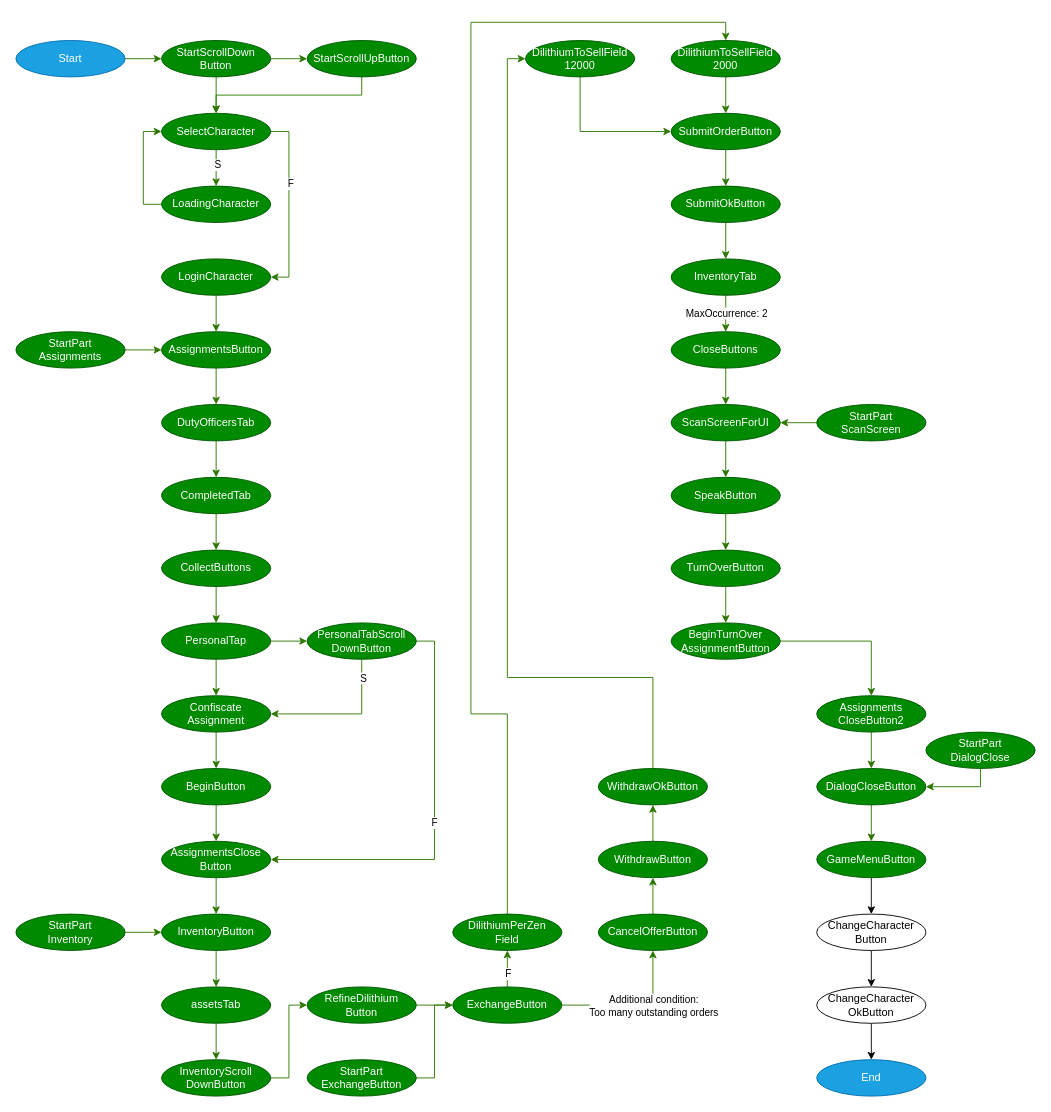
Before: AutoFarmer.drawio in Tomaszon/AutoFarmer, a draw.io diagram. Source tidied: cells renumbered, new cells numbered last; positions are measured from the earlier drawing's top-left corner, leaving out a move shared by most shapes. Both pictures are drawn from the tidied source at 91%, with x=0, y=0 at pixel (15, 22).
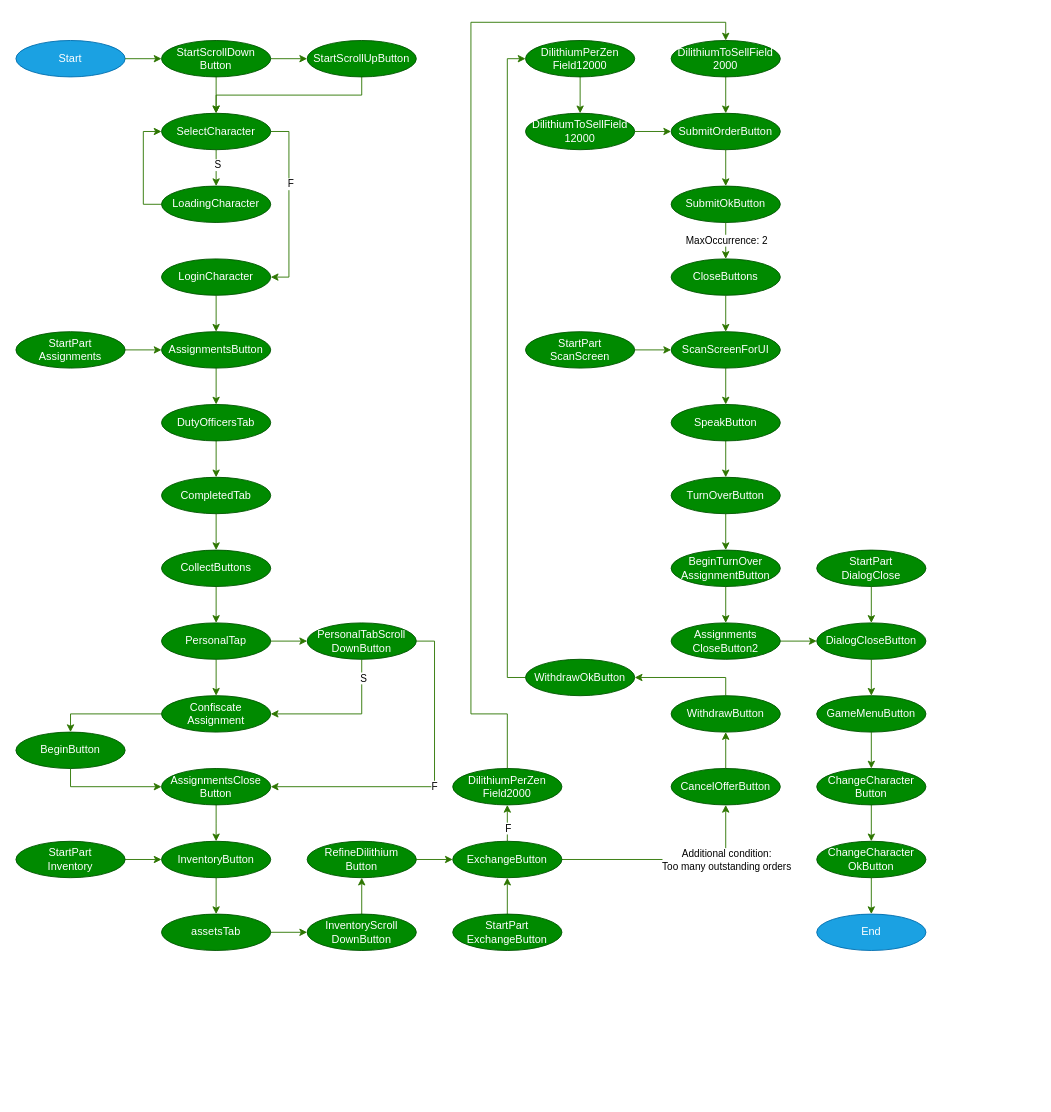
After the change.

The change refers to these unchanged cells:
```xml
<mxCell id="18" value="Confiscate&lt;br&gt;Assignment" style="ellipse;whiteSpace=wrap;html=1;fillColor=#008a00;strokeColor=#005700;fontColor=#ffffff;" parent="1" vertex="1">
  <mxGeometry x="160" y="740" width="120" height="40" as="geometry" />
</mxCell>
<mxCell id="33" style="edgeStyle=orthogonalEdgeStyle;rounded=0;jettySize=auto;html=1;fillColor=#60a917;strokeColor=#2D7600;" parent="1" edge="1" source="35" target="37">
  <mxGeometry relative="1" as="geometry" />
</mxCell>
<mxCell id="47" value="SubmitOrderButton" style="ellipse;whiteSpace=wrap;html=1;fillColor=#008a00;strokeColor=#005700;fontColor=#ffffff;" parent="1" vertex="1">
  <mxGeometry x="720" y="100" width="120" height="40" as="geometry" />
</mxCell>
<mxCell id="51" value="SubmitOkButton" style="ellipse;whiteSpace=wrap;html=1;fillColor=#008a00;strokeColor=#005700;fontColor=#ffffff;" parent="1" vertex="1">
  <mxGeometry x="720" y="180" width="120" height="40" as="geometry" />
</mxCell>
<mxCell id="90" value="PersonalTabScroll&lt;br&gt;DownButton" style="ellipse;whiteSpace=wrap;html=1;fillColor=#008a00;strokeColor=#005700;fontColor=#ffffff;" parent="1" vertex="1">
  <mxGeometry x="320" y="660" width="120" height="40" as="geometry" />
</mxCell>
```

The edit, as a diff of the source:
```diff
@@
-    <mxCell id="17" style="edgeStyle=orthogonalEdgeStyle;rounded=0;jettySize=auto;html=1;fillColor=#60a917;strokeColor=#2D7600;" parent="1" edge="1" source="18" target="20">
+    <mxCell id="17" style="edgeStyle=orthogonalEdgeStyle;rounded=0;jettySize=auto;html=1;fillColor=#60a917;strokeColor=#2D7600;entryX=0.5;entryY=0;entryDx=0;entryDy=0;" parent="1" edge="1" source="18" target="20">
       <mxGeometry relative="1" as="geometry" />
     </mxCell>
@@
-    <mxCell id="19" style="edgeStyle=orthogonalEdgeStyle;rounded=0;jettySize=auto;html=1;exitX=0.5;exitY=1;exitDx=0;exitDy=0;entryX=0.5;entryY=0;entryDx=0;entryDy=0;fillColor=#60a917;strokeColor=#2D7600;" parent="1" edge="1" source="20" target="22">
-      <mxGeometry relative="1" as="geometry" />
+    <mxCell id="19" style="edgeStyle=orthogonalEdgeStyle;rounded=0;jettySize=auto;html=1;exitX=0.5;exitY=1;exitDx=0;exitDy=0;entryX=0;entryY=0.5;entryDx=0;entryDy=0;fillColor=#60a917;strokeColor=#2D7600;" parent="1" edge="1" source="20" target="22">
+      <mxGeometry relative="1" as="geometry">
+        <Array as="points">
+          <mxPoint x="60" y="840" />
+        </Array>
+      </mxGeometry>
     </mxCell>
     <mxCell id="20" value="BeginButton" style="ellipse;whiteSpace=wrap;html=1;fillColor=#008a00;strokeColor=#005700;fontColor=#ffffff;" parent="1" vertex="1">
-      <mxGeometry x="160" y="820" width="120" height="40" as="geometry" />
+      <mxGeometry y="780" width="120" height="40" as="geometry" />
     </mxCell>
-    <mxCell id="21" style="edgeStyle=orthogonalEdgeStyle;rounded=0;jettySize=auto;html=1;fillColor=#60a917;strokeColor=#2D7600;" parent="1" edge="1" source="22" target="24">
-      <mxGeometry relative="1" as="geometry" />
+    <mxCell id="21" style="edgeStyle=orthogonalEdgeStyle;rounded=0;jettySize=auto;html=1;fillColor=#60a917;strokeColor=#2D7600;entryX=0.5;entryY=0;entryDx=0;entryDy=0;" parent="1" edge="1" source="22" target="24">
+      <mxGeometry relative="1" as="geometry">
+        <Array as="points">
+          <mxPoint x="220" y="880" />
+          <mxPoint x="220" y="880" />
+        </Array>
+      </mxGeometry>
     </mxCell>
     <mxCell id="22" value="AssignmentsClose&lt;br&gt;Button" style="ellipse;whiteSpace=wrap;html=1;fillColor=#008a00;strokeColor=#005700;fontColor=#ffffff;" parent="1" vertex="1">
-      <mxGeometry x="160" y="900" width="120" height="40" as="geometry" />
+      <mxGeometry x="160" y="820" width="120" height="40" as="geometry" />
     </mxCell>
@@
     <mxCell id="24" value="InventoryButton" style="ellipse;whiteSpace=wrap;html=1;fillColor=#008a00;strokeColor=#005700;fontColor=#ffffff;" parent="1" vertex="1">
-      <mxGeometry x="160" y="980" width="120" height="40" as="geometry" />
+      <mxGeometry x="160" y="900" width="120" height="40" as="geometry" />
     </mxCell>
-    <mxCell id="25" style="edgeStyle=orthogonalEdgeStyle;rounded=0;jettySize=auto;html=1;exitX=0.5;exitY=1;exitDx=0;exitDy=0;entryX=0.5;entryY=0;entryDx=0;entryDy=0;fillColor=#60a917;strokeColor=#2D7600;" parent="1" edge="1" source="26" target="28">
+    <mxCell id="25" style="edgeStyle=orthogonalEdgeStyle;rounded=0;jettySize=auto;html=1;exitX=1;exitY=0.5;exitDx=0;exitDy=0;entryX=0;entryY=0.5;entryDx=0;entryDy=0;fillColor=#60a917;strokeColor=#2D7600;" parent="1" edge="1" source="26" target="28">
       <mxGeometry relative="1" as="geometry" />
     </mxCell>
     <mxCell id="26" value="assetsTab" style="ellipse;whiteSpace=wrap;html=1;fillColor=#008a00;strokeColor=#005700;fontColor=#ffffff;" parent="1" vertex="1">
-      <mxGeometry x="160" y="1060" width="120" height="40" as="geometry" />
+      <mxGeometry x="160" y="980" width="120" height="40" as="geometry" />
     </mxCell>
-    <mxCell id="27" style="edgeStyle=orthogonalEdgeStyle;rounded=0;jettySize=auto;html=1;exitX=1;exitY=0.5;exitDx=0;exitDy=0;fillColor=#60a917;strokeColor=#2D7600;entryX=0;entryY=0.5;entryDx=0;entryDy=0;" parent="1" edge="1" source="28" target="30">
-      <mxGeometry relative="1" as="geometry">
-        <Array as="points">
-          <mxPoint x="300" y="1160" />
-          <mxPoint x="300" y="1080" />
-        </Array>
-      </mxGeometry>
+    <mxCell id="27" style="edgeStyle=orthogonalEdgeStyle;rounded=0;jettySize=auto;html=1;fillColor=#60a917;strokeColor=#2D7600;entryX=0.5;entryY=1;entryDx=0;entryDy=0;exitX=0.5;exitY=0;exitDx=0;exitDy=0;" parent="1" edge="1" source="28" target="30">
+      <mxGeometry relative="1" as="geometry" />
     </mxCell>
     <mxCell id="28" value="InventoryScroll&lt;br&gt;DownButton" style="ellipse;whiteSpace=wrap;html=1;fillColor=#008a00;strokeColor=#005700;fontColor=#ffffff;" parent="1" vertex="1">
-      <mxGeometry x="160" y="1140" width="120" height="40" as="geometry" />
+      <mxGeometry x="320" y="980" width="120" height="40" as="geometry" />
     </mxCell>
-    <mxCell id="29" style="edgeStyle=orthogonalEdgeStyle;rounded=0;jettySize=auto;html=1;exitX=1;exitY=0.5;exitDx=0;exitDy=0;fillColor=#60a917;strokeColor=#2D7600;" parent="1" edge="1" source="30" target="35">
+    <mxCell id="29" style="edgeStyle=orthogonalEdgeStyle;rounded=0;jettySize=auto;html=1;exitX=1;exitY=0.5;exitDx=0;exitDy=0;fillColor=#60a917;strokeColor=#2D7600;entryX=0;entryY=0.5;entryDx=0;entryDy=0;" parent="1" edge="1" source="30" target="35">
       <mxGeometry relative="1" as="geometry" />
     </mxCell>
     <mxCell id="30" value="RefineDilithium&lt;br&gt;Button" style="ellipse;whiteSpace=wrap;html=1;fillColor=#008a00;strokeColor=#005700;fontColor=#ffffff;" parent="1" vertex="1">
-      <mxGeometry x="320" y="1060" width="120" height="40" as="geometry" />
+      <mxGeometry x="320" y="900" width="120" height="40" as="geometry" />
     </mxCell>
@@
     <mxCell id="34" value="Additional condition:&lt;br&gt;Too many outstanding&amp;nbsp;orders" style="edgeLabel;html=1;align=center;verticalAlign=middle;" parent="33" vertex="1">
       <mxGeometry x="-0.28" y="-1" relative="1" as="geometry">
-        <mxPoint x="42.8" y="-1" as="offset" />
+        <mxPoint x="94.3" y="-1" as="offset" />
       </mxGeometry>
     </mxCell>
     <mxCell id="35" value="ExchangeButton" style="ellipse;whiteSpace=wrap;html=1;fillColor=#008a00;strokeColor=#005700;fontColor=#ffffff;" parent="1" vertex="1">
-      <mxGeometry x="480" y="1060" width="120" height="40" as="geometry" />
+      <mxGeometry x="480" y="900" width="120" height="40" as="geometry" />
     </mxCell>
@@
     <mxCell id="37" value="CancelOfferButton" style="ellipse;whiteSpace=wrap;html=1;fillColor=#008a00;strokeColor=#005700;fontColor=#ffffff;" parent="1" vertex="1">
-      <mxGeometry x="640" y="980" width="120" height="40" as="geometry" />
+      <mxGeometry x="720" y="820" width="120" height="40" as="geometry" />
     </mxCell>
-    <mxCell id="38" style="edgeStyle=orthogonalEdgeStyle;rounded=0;jettySize=auto;html=1;fillColor=#60a917;strokeColor=#2D7600;" parent="1" edge="1" source="39" target="41">
+    <mxCell id="38" style="edgeStyle=orthogonalEdgeStyle;rounded=0;jettySize=auto;html=1;fillColor=#60a917;strokeColor=#2D7600;entryX=1;entryY=0.5;entryDx=0;entryDy=0;exitX=0.5;exitY=0;exitDx=0;exitDy=0;" parent="1" edge="1" source="39" target="41">
       <mxGeometry relative="1" as="geometry" />
     </mxCell>
     <mxCell id="39" value="WithdrawButton" style="ellipse;whiteSpace=wrap;html=1;fillColor=#008a00;strokeColor=#005700;fontColor=#ffffff;" parent="1" vertex="1">
-      <mxGeometry x="640" y="900" width="120" height="40" as="geometry" />
+      <mxGeometry x="720" y="740" width="120" height="40" as="geometry" />
     </mxCell>
-    <mxCell id="40" style="edgeStyle=orthogonalEdgeStyle;rounded=0;jettySize=auto;html=1;exitX=0.5;exitY=0;exitDx=0;exitDy=0;entryX=0;entryY=0.5;entryDx=0;entryDy=0;fillColor=#60a917;strokeColor=#2D7600;" parent="1" edge="1" source="41" target="93">
+    <mxCell id="40" style="edgeStyle=orthogonalEdgeStyle;rounded=0;jettySize=auto;html=1;exitX=0;exitY=0.5;exitDx=0;exitDy=0;fillColor=#60a917;strokeColor=#2D7600;entryX=0;entryY=0.5;entryDx=0;entryDy=0;" parent="1" edge="1" source="41" target="103">
       <mxGeometry relative="1" as="geometry">
         <Array as="points">
-          <mxPoint x="700" y="720" />
           <mxPoint x="540" y="720" />
           <mxPoint x="540" y="40" />
         </Array>
       </mxGeometry>
     </mxCell>
     <mxCell id="41" value="WithdrawOkButton" style="ellipse;whiteSpace=wrap;html=1;fillColor=#008a00;strokeColor=#005700;fontColor=#ffffff;" parent="1" vertex="1">
-      <mxGeometry x="640" y="820" width="120" height="40" as="geometry" />
+      <mxGeometry x="560" y="700" width="120" height="40" as="geometry" />
     </mxCell>
@@
-    <mxCell id="43" value="DilithiumPerZen&lt;br&gt;Field" style="ellipse;whiteSpace=wrap;html=1;fillColor=#008a00;strokeColor=#005700;fontColor=#ffffff;" parent="1" vertex="1">
-      <mxGeometry x="480" y="980" width="120" height="40" as="geometry" />
+    <mxCell id="43" value="DilithiumPerZen&lt;br&gt;Field2000" style="ellipse;whiteSpace=wrap;html=1;fillColor=#008a00;strokeColor=#005700;fontColor=#ffffff;" parent="1" vertex="1">
+      <mxGeometry x="480" y="820" width="120" height="40" as="geometry" />
     </mxCell>
@@
-    <mxCell id="48" style="edgeStyle=orthogonalEdgeStyle;rounded=0;jettySize=auto;html=1;exitX=0.5;exitY=1;exitDx=0;exitDy=0;fillColor=#60a917;strokeColor=#2D7600;" parent="1" edge="1" source="52" target="54">
+    <mxCell id="48" style="edgeStyle=orthogonalEdgeStyle;rounded=0;jettySize=auto;html=1;exitX=0.5;exitY=1;exitDx=0;exitDy=0;fillColor=#60a917;strokeColor=#2D7600;" parent="1" edge="1" source="51" target="54">
       <mxGeometry relative="1" as="geometry" />
     </mxCell>
@@
-    <mxCell id="50" style="edgeStyle=orthogonalEdgeStyle;rounded=0;jettySize=auto;html=1;fillColor=#60a917;strokeColor=#2D7600;" parent="1" edge="1" source="51" target="52">
-      <mxGeometry relative="1" as="geometry" />
-    </mxCell>
@@
-    <mxCell id="52" value="InventoryTab" style="ellipse;whiteSpace=wrap;html=1;fillColor=#008a00;strokeColor=#005700;fontColor=#ffffff;" parent="1" vertex="1">
-      <mxGeometry x="720" y="260" width="120" height="40" as="geometry" />
-    </mxCell>
@@
     <mxCell id="54" value="CloseButtons" style="ellipse;whiteSpace=wrap;html=1;fillColor=#008a00;strokeColor=#005700;fontColor=#ffffff;" parent="1" vertex="1">
-      <mxGeometry x="720" y="340" width="120" height="40" as="geometry" />
+      <mxGeometry x="720" y="260" width="120" height="40" as="geometry" />
     </mxCell>
@@
     <mxCell id="56" value="ScanScreenForUI" style="ellipse;whiteSpace=wrap;html=1;fillColor=#008a00;strokeColor=#005700;fontColor=#ffffff;" parent="1" vertex="1">
-      <mxGeometry x="720" y="420" width="120" height="40" as="geometry" />
+      <mxGeometry x="720" y="340" width="120" height="40" as="geometry" />
     </mxCell>
@@
     <mxCell id="58" value="SpeakButton" style="ellipse;whiteSpace=wrap;html=1;fillColor=#008a00;strokeColor=#005700;fontColor=#ffffff;" parent="1" vertex="1">
-      <mxGeometry x="720" y="500" width="120" height="40" as="geometry" />
+      <mxGeometry x="720" y="420" width="120" height="40" as="geometry" />
     </mxCell>
@@
     <mxCell id="60" value="TurnOverButton" style="ellipse;whiteSpace=wrap;html=1;fillColor=#008a00;strokeColor=#005700;fontColor=#ffffff;" parent="1" vertex="1">
-      <mxGeometry x="720" y="580" width="120" height="40" as="geometry" />
+      <mxGeometry x="720" y="500" width="120" height="40" as="geometry" />
     </mxCell>
@@
     <mxCell id="62" value="BeginTurnOver&lt;br&gt;AssignmentButton" style="ellipse;whiteSpace=wrap;html=1;fillColor=#008a00;strokeColor=#005700;fontColor=#ffffff;" parent="1" vertex="1">
-      <mxGeometry x="720" y="660" width="120" height="40" as="geometry" />
+      <mxGeometry x="720" y="580" width="120" height="40" as="geometry" />
     </mxCell>
@@
     <mxCell id="64" value="Assignments&lt;br&gt;CloseButton2" style="ellipse;whiteSpace=wrap;html=1;fillColor=#008a00;strokeColor=#005700;fontColor=#ffffff;" parent="1" vertex="1">
-      <mxGeometry x="880" y="740" width="120" height="40" as="geometry" />
+      <mxGeometry x="720" y="660" width="120" height="40" as="geometry" />
     </mxCell>
@@
     <mxCell id="66" value="DialogCloseButton" style="ellipse;whiteSpace=wrap;html=1;fillColor=#008a00;strokeColor=#005700;fontColor=#ffffff;" parent="1" vertex="1">
-      <mxGeometry x="880" y="820" width="120" height="40" as="geometry" />
+      <mxGeometry x="880" y="660" width="120" height="40" as="geometry" />
     </mxCell>
-    <mxCell id="67" style="edgeStyle=orthogonalEdgeStyle;rounded=0;jettySize=auto;html=1;" parent="1" edge="1" source="68" target="70">
+    <mxCell id="67" style="edgeStyle=orthogonalEdgeStyle;rounded=0;jettySize=auto;html=1;fillColor=#60a917;strokeColor=#2D7600;" parent="1" edge="1" source="68" target="70">
       <mxGeometry relative="1" as="geometry" />
     </mxCell>
     <mxCell id="68" value="GameMenuButton" style="ellipse;whiteSpace=wrap;html=1;fillColor=#008a00;strokeColor=#005700;fontColor=#ffffff;" parent="1" vertex="1">
-      <mxGeometry x="880" y="900" width="120" height="40" as="geometry" />
+      <mxGeometry x="880" y="740" width="120" height="40" as="geometry" />
     </mxCell>
-    <mxCell id="69" style="edgeStyle=orthogonalEdgeStyle;rounded=0;jettySize=auto;html=1;" parent="1" edge="1" source="70" target="72">
+    <mxCell id="69" style="edgeStyle=orthogonalEdgeStyle;rounded=0;jettySize=auto;html=1;fillColor=#60a917;strokeColor=#2D7600;" parent="1" edge="1" source="70" target="72">
       <mxGeometry relative="1" as="geometry" />
     </mxCell>
-    <mxCell id="70" value="ChangeCharacter&lt;br&gt;Button" style="ellipse;whiteSpace=wrap;html=1;" parent="1" vertex="1">
-      <mxGeometry x="880" y="980" width="120" height="40" as="geometry" />
+    <mxCell id="70" value="ChangeCharacter&lt;br&gt;Button" style="ellipse;whiteSpace=wrap;html=1;fillColor=#008a00;strokeColor=#005700;fontColor=#ffffff;" parent="1" vertex="1">
+      <mxGeometry x="880" y="820" width="120" height="40" as="geometry" />
     </mxCell>
-    <mxCell id="71" style="edgeStyle=orthogonalEdgeStyle;rounded=0;jettySize=auto;html=1;" parent="1" edge="1" source="72" target="73">
+    <mxCell id="71" style="edgeStyle=orthogonalEdgeStyle;rounded=0;jettySize=auto;html=1;fillColor=#60a917;strokeColor=#2D7600;" parent="1" edge="1" source="72" target="73">
       <mxGeometry relative="1" as="geometry" />
     </mxCell>
-    <mxCell id="72" value="ChangeCharacter&lt;br&gt;OkButton" style="ellipse;whiteSpace=wrap;html=1;" parent="1" vertex="1">
-      <mxGeometry x="880" y="1060" width="120" height="40" as="geometry" />
+    <mxCell id="72" value="ChangeCharacter&lt;br&gt;OkButton" style="ellipse;whiteSpace=wrap;html=1;fillColor=#008a00;strokeColor=#005700;fontColor=#ffffff;" parent="1" vertex="1">
+      <mxGeometry x="880" y="900" width="120" height="40" as="geometry" />
     </mxCell>
     <mxCell id="73" value="End" style="ellipse;whiteSpace=wrap;html=1;fillColor=#1ba1e2;strokeColor=#006EAF;fontColor=#ffffff;" parent="1" vertex="1">
-      <mxGeometry x="880" y="1140" width="120" height="40" as="geometry" />
+      <mxGeometry x="880" y="980" width="120" height="40" as="geometry" />
     </mxCell>
@@
     <mxCell id="87" value="F" style="edgeStyle=orthogonalEdgeStyle;rounded=0;jettySize=auto;html=1;exitX=1;exitY=0.5;exitDx=0;exitDy=0;entryX=1;entryY=0.5;entryDx=0;entryDy=0;fillColor=#60a917;strokeColor=#2D7600;" parent="1" edge="1" source="90" target="22">
       <mxGeometry relative="1" as="geometry">
         <Array as="points">
           <mxPoint x="460" y="680" />
-          <mxPoint x="460" y="920" />
+          <mxPoint x="460" y="840" />
         </Array>
       </mxGeometry>
     </mxCell>
@@
-    <mxCell id="92" style="edgeStyle=orthogonalEdgeStyle;rounded=0;jettySize=auto;html=1;exitX=0.5;exitY=1;exitDx=0;exitDy=0;entryX=0;entryY=0.5;entryDx=0;entryDy=0;fillColor=#60a917;strokeColor=#2D7600;" parent="1" edge="1" source="93" target="47">
+    <mxCell id="92" style="edgeStyle=orthogonalEdgeStyle;rounded=0;jettySize=auto;html=1;exitX=1;exitY=0.5;exitDx=0;exitDy=0;entryX=0;entryY=0.5;entryDx=0;entryDy=0;fillColor=#60a917;strokeColor=#2D7600;" parent="1" edge="1" source="93" target="47">
       <mxGeometry relative="1" as="geometry" />
     </mxCell>
     <mxCell id="93" value="DilithiumToSellField&lt;br&gt;12000" style="ellipse;whiteSpace=wrap;html=1;fillColor=#008a00;strokeColor=#005700;fontColor=#ffffff;" parent="1" vertex="1">
-      <mxGeometry x="560" y="20" width="120" height="40" as="geometry" />
+      <mxGeometry x="560" y="100" width="120" height="40" as="geometry" />
     </mxCell>
@@
     <mxCell id="95" value="StartPart&lt;br&gt;Inventory" style="ellipse;whiteSpace=wrap;html=1;fillColor=#008a00;strokeColor=#005700;fontColor=#ffffff;" parent="1" vertex="1">
-      <mxGeometry y="980" width="120" height="40" as="geometry" />
+      <mxGeometry y="900" width="120" height="40" as="geometry" />
     </mxCell>
-    <mxCell id="96" style="edgeStyle=orthogonalEdgeStyle;rounded=0;jettySize=auto;html=1;exitX=0;exitY=0.5;exitDx=0;exitDy=0;entryX=1;entryY=0.5;entryDx=0;entryDy=0;fillColor=#60a917;strokeColor=#2D7600;" parent="1" edge="1" source="97" target="56">
+    <mxCell id="96" style="edgeStyle=orthogonalEdgeStyle;rounded=0;jettySize=auto;html=1;exitX=1;exitY=0.5;exitDx=0;exitDy=0;entryX=0;entryY=0.5;entryDx=0;entryDy=0;fillColor=#60a917;strokeColor=#2D7600;" parent="1" edge="1" source="97" target="56">
       <mxGeometry relative="1" as="geometry" />
     </mxCell>
     <mxCell id="97" value="StartPart&lt;br&gt;ScanScreen" style="ellipse;whiteSpace=wrap;html=1;fillColor=#008a00;strokeColor=#005700;fontColor=#ffffff;" parent="1" vertex="1">
-      <mxGeometry x="880" y="420" width="120" height="40" as="geometry" />
+      <mxGeometry x="560" y="340" width="120" height="40" as="geometry" />
     </mxCell>
-    <mxCell id="98" style="edgeStyle=orthogonalEdgeStyle;rounded=0;jettySize=auto;html=1;entryX=0;entryY=0.5;entryDx=0;entryDy=0;fillColor=#60a917;strokeColor=#2D7600;" parent="1" edge="1" source="99" target="35">
+    <mxCell id="98" style="edgeStyle=orthogonalEdgeStyle;rounded=0;jettySize=auto;html=1;fillColor=#60a917;strokeColor=#2D7600;entryX=0.5;entryY=1;entryDx=0;entryDy=0;" parent="1" edge="1" source="99" target="35">
       <mxGeometry relative="1" as="geometry" />
     </mxCell>
     <mxCell id="99" value="StartPart&lt;br&gt;ExchangeButton" style="ellipse;whiteSpace=wrap;html=1;fillColor=#008a00;strokeColor=#005700;fontColor=#ffffff;" parent="1" vertex="1">
-      <mxGeometry x="320" y="1140" width="120" height="40" as="geometry" />
+      <mxGeometry x="480" y="980" width="120" height="40" as="geometry" />
     </mxCell>
-    <mxCell id="100" style="edgeStyle=orthogonalEdgeStyle;rounded=0;jettySize=auto;html=1;exitX=0.5;exitY=1;exitDx=0;exitDy=0;entryX=1;entryY=0.5;entryDx=0;entryDy=0;fillColor=#60a917;strokeColor=#2D7600;" parent="1" edge="1" source="101" target="66">
+    <mxCell id="100" style="edgeStyle=orthogonalEdgeStyle;rounded=0;jettySize=auto;html=1;exitX=0.5;exitY=1;exitDx=0;exitDy=0;entryX=0.5;entryY=0;entryDx=0;entryDy=0;fillColor=#60a917;strokeColor=#2D7600;" parent="1" edge="1" source="101" target="66">
       <mxGeometry relative="1" as="geometry" />
     </mxCell>
     <mxCell id="101" value="StartPart&lt;br&gt;DialogClose" style="ellipse;whiteSpace=wrap;html=1;fillColor=#008a00;strokeColor=#005700;fontColor=#ffffff;" parent="1" vertex="1">
-      <mxGeometry x="1000" y="780" width="120" height="40" as="geometry" />
+      <mxGeometry x="880" y="580" width="120" height="40" as="geometry" />
     </mxCell>
+    <mxCell id="102" style="edgeStyle=orthogonalEdgeStyle;rounded=0;jettySize=auto;html=1;exitX=0.5;exitY=1;exitDx=0;exitDy=0;entryX=0.5;entryY=0;entryDx=0;entryDy=0;fillColor=#60a917;strokeColor=#2D7600;" parent="1" edge="1" source="103" target="93">
+      <mxGeometry relative="1" as="geometry" />
+    </mxCell>
+    <mxCell id="103" value="DilithiumPerZen&lt;br&gt;Field12000" style="ellipse;whiteSpace=wrap;html=1;fillColor=#008a00;strokeColor=#005700;fontColor=#ffffff;" parent="1" vertex="1">
+      <mxGeometry x="560" y="20" width="120" height="40" as="geometry" />
+    </mxCell>
```
